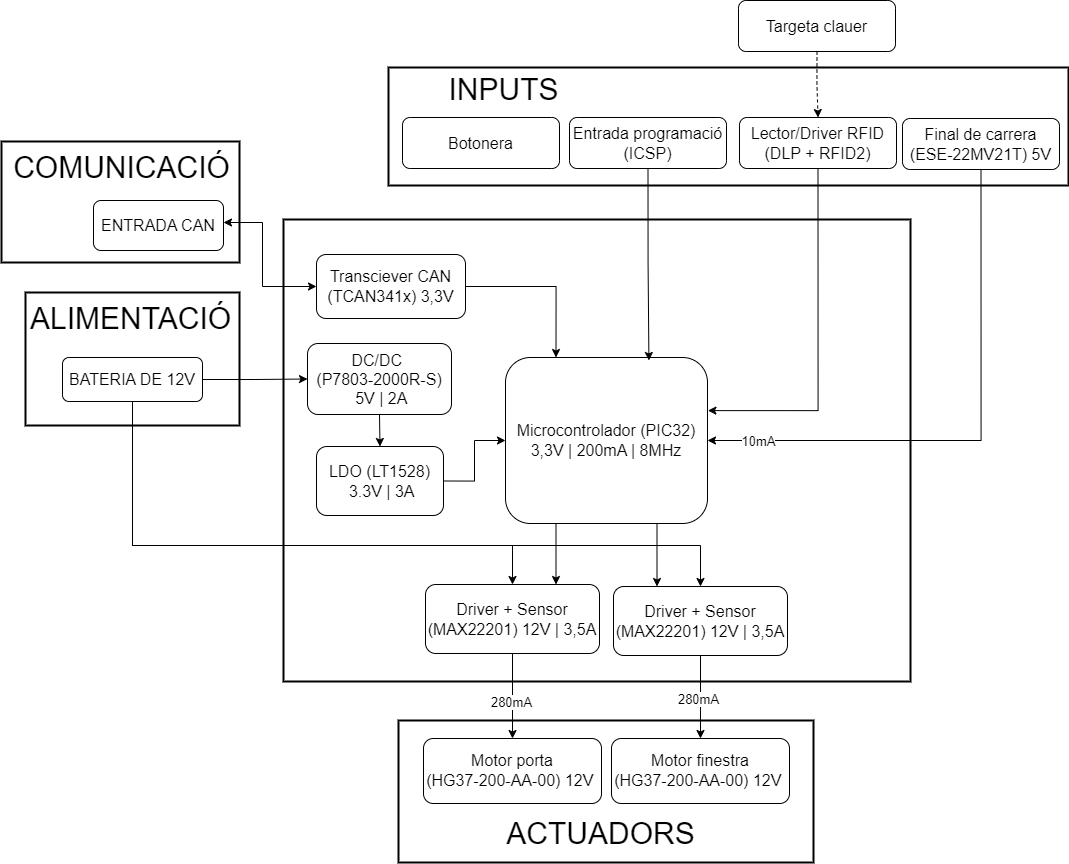
Before: Diagrama.png, a diagram exported from draw.io (adriabrucortes/DIJOUS_4_PORTES). Source tidied: cells renumbered, new cells last; positions are measured from the earlier drawing's top-left corner, leaving out a move shared by most shapes.
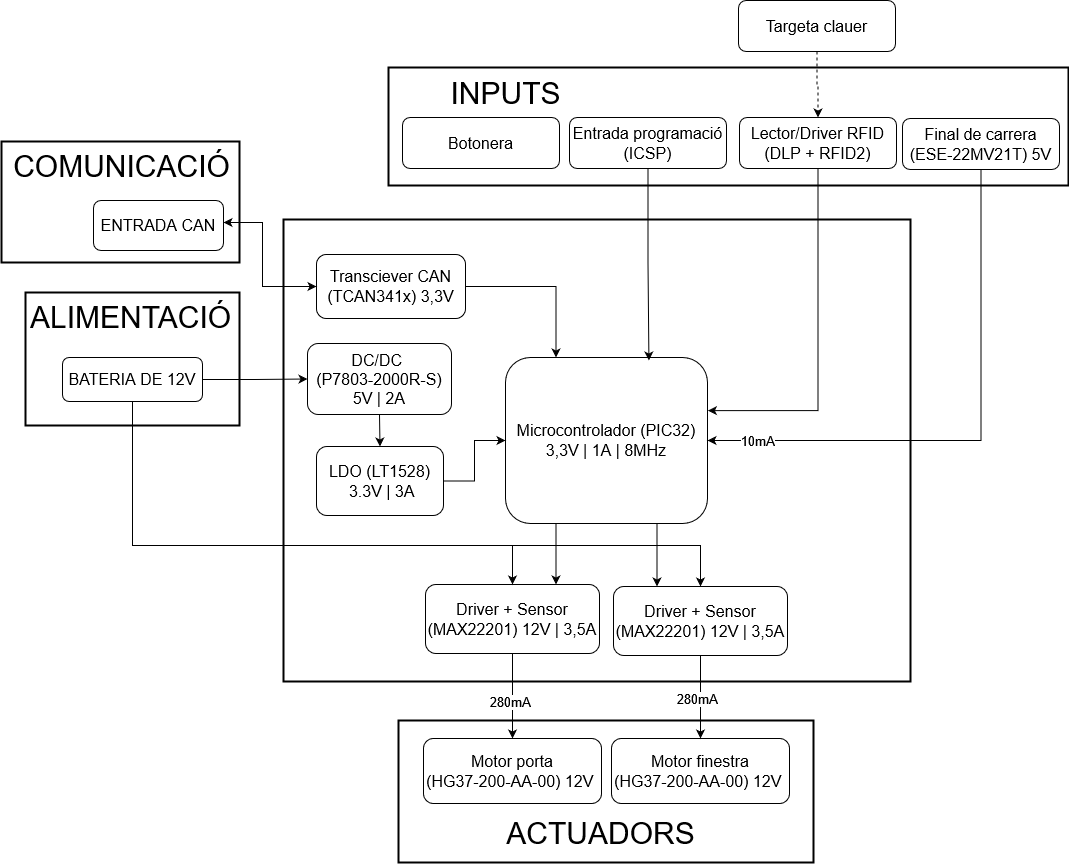
Above is the later version.

The edit, as a diff of the source:
```diff
@@ -29,7 +29,7 @@
     <mxCell id="10" style="edgeStyle=orthogonalEdgeStyle;rounded=0;jettySize=auto;html=1;exitX=0.75;exitY=1;exitDx=0;exitDy=0;entryX=0.25;entryY=0;entryDx=0;entryDy=0;" parent="1" edge="1" source="11" target="36">
       <mxGeometry relative="1" as="geometry" />
     </mxCell>
-    <mxCell id="11" value="&lt;div style=&quot;font-size: 16px;&quot;&gt;&lt;font style=&quot;font-size: 16px;&quot;&gt;Microcontrolador (PIC32)&lt;/font&gt;&lt;/div&gt;&lt;div style=&quot;font-size: 16px;&quot;&gt;&lt;font style=&quot;font-size: 16px;&quot;&gt;&lt;font style=&quot;font-size: 16px;&quot;&gt;3,3V | 200mA | 8MHz&lt;/font&gt;&lt;font style=&quot;font-size: 14px;&quot;&gt;&lt;br&gt;&lt;/font&gt;&lt;/font&gt;&lt;/div&gt;" style="rounded=1;whiteSpace=wrap;html=1;fontSize=12;glass=0;strokeWidth=1;shadow=0;" parent="1" vertex="1">
+    <mxCell id="11" value="&lt;div style=&quot;font-size: 16px;&quot;&gt;&lt;font style=&quot;font-size: 16px;&quot;&gt;Microcontrolador (PIC32)&lt;/font&gt;&lt;/div&gt;&lt;div style=&quot;font-size: 16px;&quot;&gt;&lt;font style=&quot;font-size: 16px;&quot;&gt;&lt;font style=&quot;font-size: 16px;&quot;&gt;3,3V | 1A | 8MHz&lt;/font&gt;&lt;font style=&quot;font-size: 14px;&quot;&gt;&lt;br&gt;&lt;/font&gt;&lt;/font&gt;&lt;/div&gt;" style="rounded=1;whiteSpace=wrap;html=1;fontSize=12;glass=0;strokeWidth=1;shadow=0;" parent="1" vertex="1">
       <mxGeometry x="504" y="357" width="202" height="166" as="geometry" />
     </mxCell>
     <mxCell id="12" style="edgeStyle=orthogonalEdgeStyle;rounded=0;jettySize=auto;html=1;exitX=0.5;exitY=1;exitDx=0;exitDy=0;" parent="1" edge="1" source="13" target="38">
```
